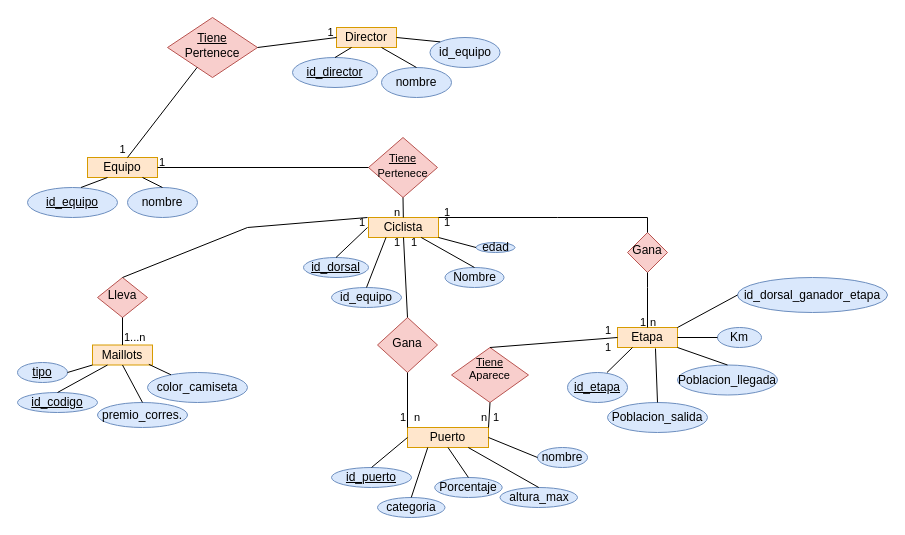
Before: Adrian/Adrian17/02/2023.drawio in Adrianmove07/APPRENDIENDO0209, a draw.io diagram. Source tidied: cells renumbered, new cells numbered last; positions are measured from the earlier drawing's top-left corner, leaving out a move shared by most shapes. Both pictures are drawn from the tidied source at 100%, with x=0, y=0 at pixel (17, 17).
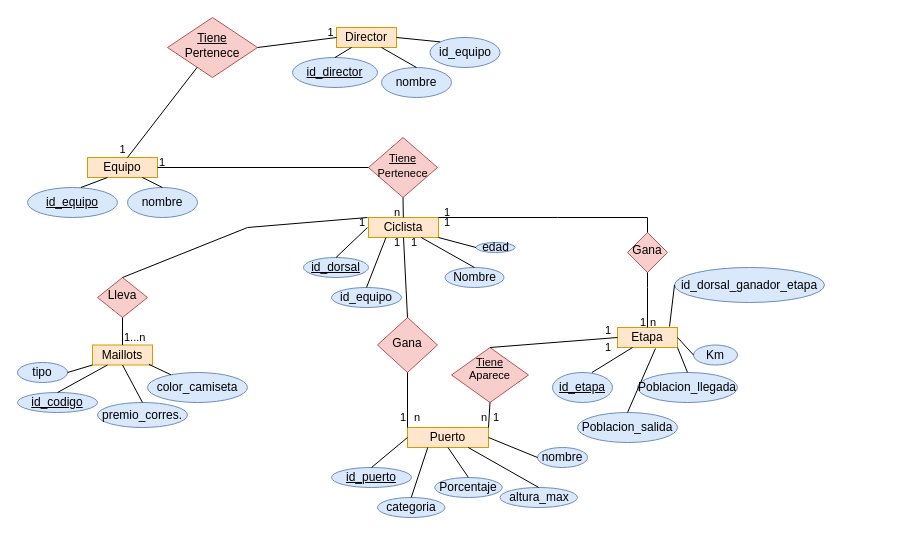
The same diagram, later.

The change refers to these unchanged cells:
```xml
<mxCell id="4" value="Etapa" style="rounded=0;whiteSpace=wrap;html=1;fillColor=#ffe6cc;strokeColor=#d79b00;" parent="1" vertex="1">
  <mxGeometry x="600" y="310" width="60" height="20" as="geometry" />
</mxCell>
```

The edit, as a diff of the source:
```diff
@@
     <mxCell id="12" value="id_dorsal_ganador_etapa" style="ellipse;whiteSpace=wrap;html=1;fillColor=#dae8fc;strokeColor=#6c8ebf;" parent="1" vertex="1">
-      <mxGeometry x="720" y="260" width="150" height="35" as="geometry" />
+      <mxGeometry x="657" y="250" width="150" height="35" as="geometry" />
     </mxCell>
     <mxCell id="13" value="Poblacion_salida" style="ellipse;whiteSpace=wrap;html=1;fillColor=#dae8fc;strokeColor=#6c8ebf;" parent="1" vertex="1">
-      <mxGeometry x="590" y="385" width="100" height="30" as="geometry" />
+      <mxGeometry x="560" y="395" width="100" height="30" as="geometry" />
     </mxCell>
@@
     <mxCell id="15" value="Poblacion_llegada" style="ellipse;whiteSpace=wrap;html=1;fillColor=#dae8fc;strokeColor=#6c8ebf;" parent="1" vertex="1">
-      <mxGeometry x="660" y="347.5" width="100" height="30" as="geometry" />
+      <mxGeometry x="620" y="355" width="100" height="30" as="geometry" />
     </mxCell>
     <mxCell id="16" value="Km" style="ellipse;whiteSpace=wrap;html=1;fillColor=#dae8fc;strokeColor=#6c8ebf;" parent="1" vertex="1">
-      <mxGeometry x="700" y="310" width="44" height="20" as="geometry" />
+      <mxGeometry x="676" y="327.5" width="44" height="20" as="geometry" />
     </mxCell>
     <mxCell id="17" value="&lt;u&gt;id_etapa&lt;/u&gt;" style="ellipse;whiteSpace=wrap;html=1;fillColor=#dae8fc;strokeColor=#6c8ebf;" parent="1" vertex="1">
-      <mxGeometry x="550" y="355" width="60" height="30" as="geometry" />
+      <mxGeometry x="535" y="355" width="60" height="30" as="geometry" />
     </mxCell>
@@
-    <mxCell id="49" style="endArrow=none;html=1;rounded=0;fontSize=11;entryX=0;entryY=0.5;entryDx=0;entryDy=0;exitX=1;exitY=0;exitDx=0;exitDy=0;" parent="1" edge="1" source="4" target="12">
+    <mxCell id="49" style="endArrow=none;html=1;rounded=0;fontSize=11;entryX=0;entryY=0.5;entryDx=0;entryDy=0;exitX=0.867;exitY=-0.05;exitDx=0;exitDy=0;exitPerimeter=0;" parent="1" edge="1" source="4" target="12">
       <mxGeometry relative="1" as="geometry" />
     </mxCell>
@@
-    <mxCell id="68" value="&lt;u&gt;tipo&lt;/u&gt;" style="ellipse;whiteSpace=wrap;html=1;fillColor=#dae8fc;strokeColor=#6c8ebf;" parent="1" vertex="1">
+    <mxCell id="68" value="tipo" style="ellipse;whiteSpace=wrap;html=1;fillColor=#dae8fc;strokeColor=#6c8ebf;" parent="1" vertex="1">
       <mxGeometry y="345" width="50" height="20" as="geometry" />
     </mxCell>
```
